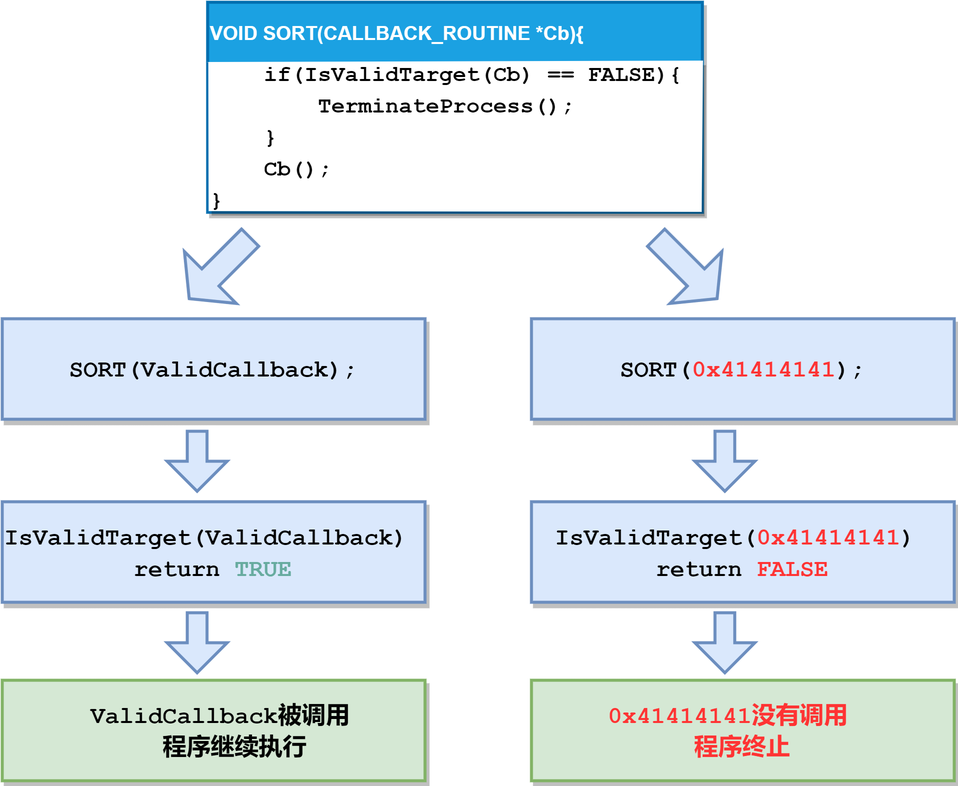
Before: Diagram5.drawio.png, a diagram exported from draw.io (ZKX64/Textbook-graph). Source tidied: cells renumbered, new cells last; positions are measured from the earlier drawing's top-left corner, leaving out a move shared by most shapes.
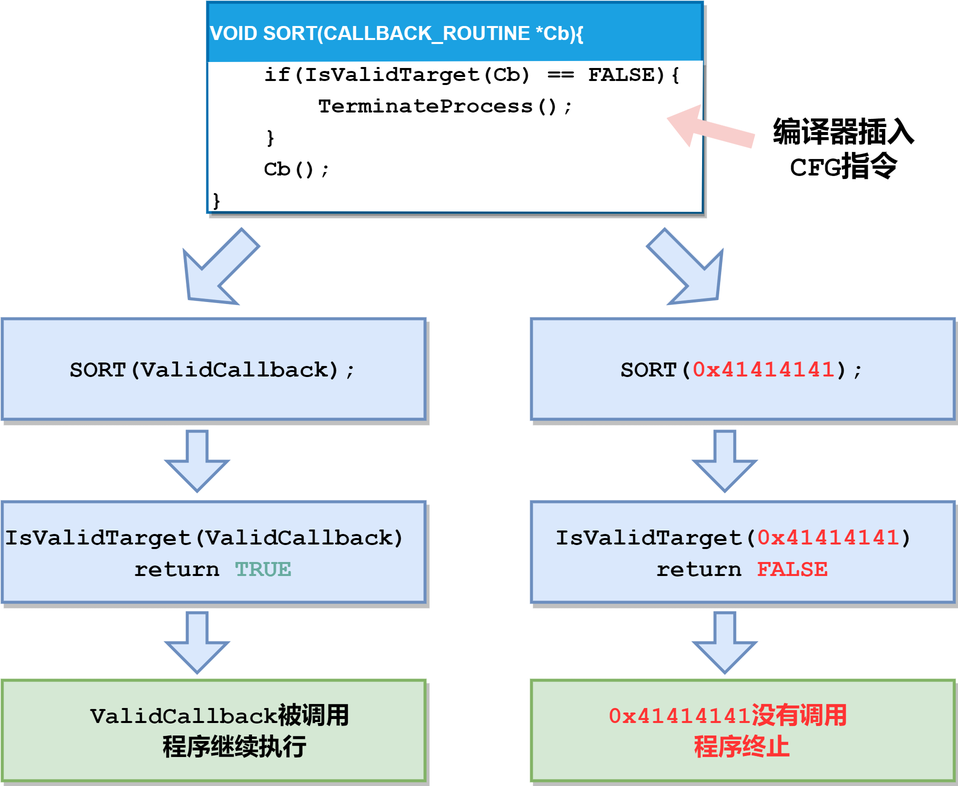
The same file after the commit.

Diff of the diagram source:
```diff
@@ -44,5 +44,11 @@
     <mxCell id="15" style="html=1;shadow=0;dashed=0;align=center;verticalAlign=middle;shape=mxgraph.arrows2.arrow;dy=0.67;dx=20;notch=0;rounded=0;glass=0;labelBackgroundColor=none;sketch=0;fillStyle=solid;strokeWidth=2;fontSize=16;fillColor=#dae8fc;rotation=90;strokeColor=#6c8ebf;" parent="1" vertex="1">
       <mxGeometry x="462" y="407" width="40" height="40" as="geometry" />
     </mxCell>
+    <mxCell id="16" style="html=1;shadow=0;dashed=0;align=center;verticalAlign=middle;shape=mxgraph.arrows2.arrow;dy=0.67;dx=20;notch=0;rounded=0;glass=0;labelBackgroundColor=none;sketch=0;fillStyle=solid;strokeWidth=2;fontFamily=Courier New;fontSize=15;fillColor=#f8cecc;rotation=-165;strokeColor=none;" parent="1" vertex="1">
+      <mxGeometry x="442" y="70" width="60" height="30" as="geometry" />
+    </mxCell>
+    <mxCell id="17" value="&lt;font color=&quot;#000000&quot; style=&quot;font-size: 19px;&quot;&gt;&lt;b style=&quot;&quot;&gt;编译器插入CFG指令&lt;/b&gt;&lt;/font&gt;" style="shape=note;size=20;whiteSpace=wrap;html=1;rounded=0;shadow=1;glass=0;labelBackgroundColor=none;sketch=1;fillStyle=solid;strokeWidth=2;fontFamily=Courier New;fontSize=15;fontColor=#67AB9F;fillColor=none;strokeColor=none;" parent="1" vertex="1">
+      <mxGeometry x="512" y="48.5" width="100" height="100" as="geometry" />
+    </mxCell>
   </root>
 </mxGraphModel>
```
